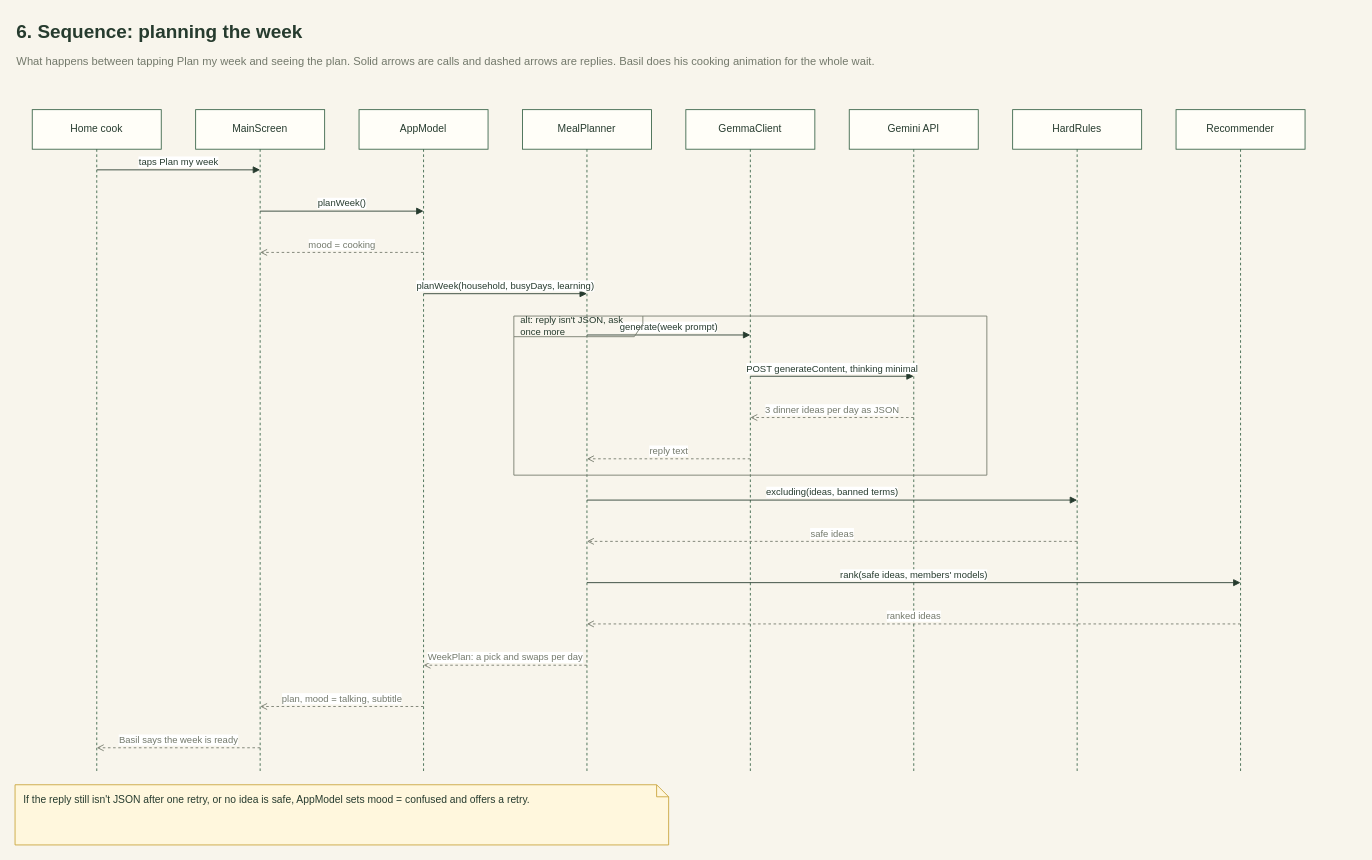
Before: page "6 Sequence: plan my week" (6 of 13) of docs/design/yeschef.drawio in spheritual/yeschef, a draw.io diagram. Source tidied: cells renumbered, new cells numbered last; positions are measured from the earlier drawing's top-left corner, leaving out a move shared by most shapes. Both pictures are drawn from the tidied source at 86%, with x=0, y=0 at pixel (15, 15).
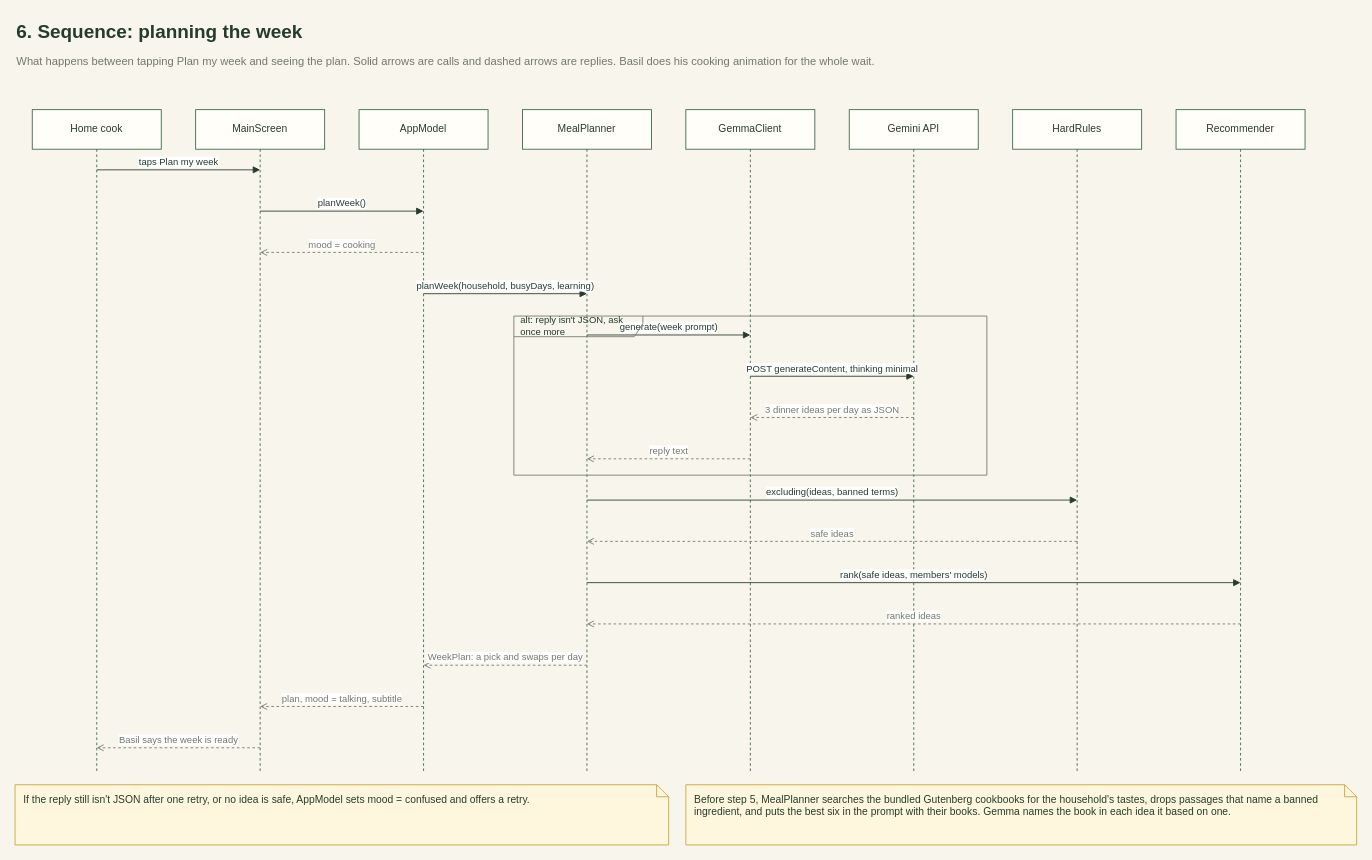
The same diagram, later.

The edit, as a diff of the source:
```diff
@@
+    <mxCell id="29" value="Before step 5, MealPlanner searches the bundled Gutenberg cookbooks for the household's tastes, drops passages that name a banned ingredient, and puts the best six in the prompt with their books. Gemma names the book in each idea it based on one." style="shape=note;size=14;html=1;whiteSpace=wrap;align=left;verticalAlign=top;spacingLeft=8;spacingTop=4;fillColor=#FFF7DD;strokeColor=#C9A43A;fontColor=#263B2E;fontSize=12;" parent="1" vertex="1">
+      <mxGeometry x="780" y="895" width="780" height="70" as="geometry" />
+    </mxCell>
```
